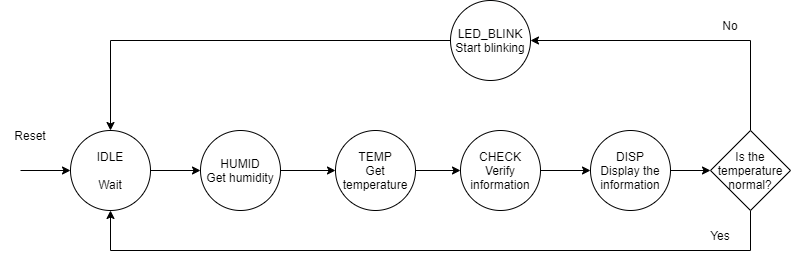
Earlier version of the draw.io export Labs/08-ics/eskema.png (UTAN25/Digital-electronics-2). Source tidied: cells renumbered, new cells last; positions are measured from the earlier drawing's top-left corner, leaving out a move shared by most shapes. Its diagram source:
```xml
<mxGraphModel>
  <root>
    <mxCell id="0" />
    <mxCell id="1" parent="0" />
    <mxCell id="2" style="edgeStyle=orthogonalEdgeStyle;rounded=0;jettySize=auto;html=1;" parent="1" edge="1" source="3" target="5">
      <mxGeometry relative="1" as="geometry" />
    </mxCell>
    <mxCell id="3" value="IDLE&lt;br&gt;&lt;br&gt;Wait" style="ellipse;whiteSpace=wrap;html=1;" parent="1" vertex="1">
      <mxGeometry x="70" y="130" width="80" height="80" as="geometry" />
    </mxCell>
    <mxCell id="4" style="edgeStyle=orthogonalEdgeStyle;rounded=0;jettySize=auto;html=1;" parent="1" edge="1" source="5" target="7">
      <mxGeometry relative="1" as="geometry" />
    </mxCell>
    <mxCell id="5" value="HUMID&lt;br&gt;Get humidity" style="ellipse;whiteSpace=wrap;html=1;" parent="1" vertex="1">
      <mxGeometry x="200" y="130" width="80" height="80" as="geometry" />
    </mxCell>
    <mxCell id="6" style="edgeStyle=orthogonalEdgeStyle;rounded=0;jettySize=auto;html=1;" parent="1" edge="1" source="7" target="9">
      <mxGeometry relative="1" as="geometry" />
    </mxCell>
    <mxCell id="7" value="TEMP&lt;br&gt;Get temperature" style="ellipse;whiteSpace=wrap;html=1;" parent="1" vertex="1">
      <mxGeometry x="335" y="130" width="80" height="80" as="geometry" />
    </mxCell>
    <mxCell id="8" style="edgeStyle=orthogonalEdgeStyle;rounded=0;jettySize=auto;html=1;" parent="1" edge="1" source="9" target="18">
      <mxGeometry relative="1" as="geometry" />
    </mxCell>
    <mxCell id="9" value="CHECK&lt;br&gt;Verify information" style="ellipse;whiteSpace=wrap;html=1;" parent="1" vertex="1">
      <mxGeometry x="460" y="130" width="80" height="80" as="geometry" />
    </mxCell>
    <mxCell id="10" style="edgeStyle=orthogonalEdgeStyle;rounded=0;jettySize=auto;html=1;exitX=0.5;exitY=0;exitDx=0;exitDy=0;entryX=1;entryY=0.5;entryDx=0;entryDy=0;" parent="1" edge="1" source="12" target="14">
      <mxGeometry relative="1" as="geometry" />
    </mxCell>
    <mxCell id="11" style="edgeStyle=orthogonalEdgeStyle;rounded=0;jettySize=auto;html=1;exitX=0.5;exitY=1;exitDx=0;exitDy=0;entryX=0.5;entryY=1;entryDx=0;entryDy=0;" parent="1" edge="1" source="12" target="3">
      <mxGeometry relative="1" as="geometry">
        <Array as="points">
          <mxPoint x="750" y="250" />
          <mxPoint x="110" y="250" />
        </Array>
      </mxGeometry>
    </mxCell>
    <mxCell id="12" value="Is the temperature normal?" style="rhombus;whiteSpace=wrap;html=1;" parent="1" vertex="1">
      <mxGeometry x="710" y="130" width="80" height="80" as="geometry" />
    </mxCell>
    <mxCell id="13" style="edgeStyle=orthogonalEdgeStyle;rounded=0;jettySize=auto;html=1;exitX=0;exitY=0.5;exitDx=0;exitDy=0;entryX=0.5;entryY=0;entryDx=0;entryDy=0;" parent="1" edge="1" source="14" target="3">
      <mxGeometry relative="1" as="geometry" />
    </mxCell>
    <mxCell id="14" value="LED_BLINK&lt;br&gt;Start blinking" style="ellipse;whiteSpace=wrap;html=1;" parent="1" vertex="1">
      <mxGeometry x="450" width="80" height="80" as="geometry" />
    </mxCell>
    <mxCell id="15" value="Yes" style="text;html=1;strokeColor=none;fillColor=none;align=center;verticalAlign=middle;whiteSpace=wrap;rounded=0;" parent="1" vertex="1">
      <mxGeometry x="690" y="220" width="60" height="30" as="geometry" />
    </mxCell>
    <mxCell id="16" value="No" style="text;html=1;strokeColor=none;fillColor=none;align=center;verticalAlign=middle;whiteSpace=wrap;rounded=0;" parent="1" vertex="1">
      <mxGeometry x="700" y="10" width="60" height="30" as="geometry" />
    </mxCell>
    <mxCell id="17" style="edgeStyle=orthogonalEdgeStyle;rounded=0;jettySize=auto;html=1;" parent="1" edge="1" source="18" target="12">
      <mxGeometry relative="1" as="geometry" />
    </mxCell>
    <mxCell id="18" value="DISP&lt;br&gt;Display the information" style="ellipse;whiteSpace=wrap;html=1;" parent="1" vertex="1">
      <mxGeometry x="590" y="130" width="80" height="80" as="geometry" />
    </mxCell>
    <mxCell id="19" style="endArrow=classic;html=1;rounded=0;entryX=0;entryY=0.5;entryDx=0;entryDy=0;" parent="1" edge="1" target="3">
      <mxGeometry relative="1" as="geometry">
        <mxPoint x="20" y="170" as="sourcePoint" />
      </mxGeometry>
    </mxCell>
    <mxCell id="20" value="Reset" style="text;html=1;strokeColor=none;fillColor=none;align=center;verticalAlign=middle;whiteSpace=wrap;rounded=0;" parent="1" vertex="1">
      <mxGeometry y="120" width="60" height="30" as="geometry" />
    </mxCell>
  </root>
</mxGraphModel>
```
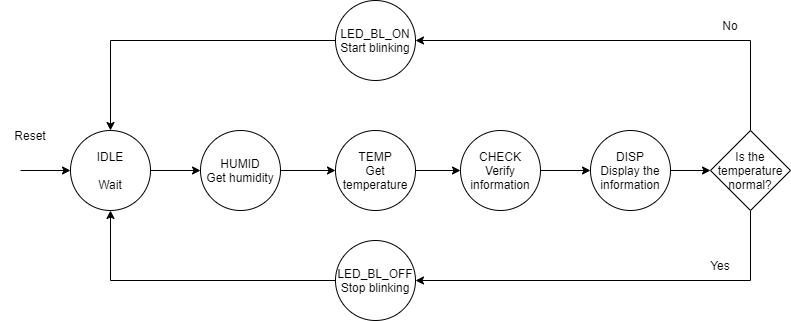
The same file after the commit.

Change to the diagram source:
```diff
@@ -29,25 +29,20 @@
     <mxCell id="10" style="edgeStyle=orthogonalEdgeStyle;rounded=0;jettySize=auto;html=1;exitX=0.5;exitY=0;exitDx=0;exitDy=0;entryX=1;entryY=0.5;entryDx=0;entryDy=0;" parent="1" edge="1" source="12" target="14">
       <mxGeometry relative="1" as="geometry" />
     </mxCell>
-    <mxCell id="11" style="edgeStyle=orthogonalEdgeStyle;rounded=0;jettySize=auto;html=1;exitX=0.5;exitY=1;exitDx=0;exitDy=0;entryX=0.5;entryY=1;entryDx=0;entryDy=0;" parent="1" edge="1" source="12" target="3">
-      <mxGeometry relative="1" as="geometry">
-        <Array as="points">
-          <mxPoint x="750" y="250" />
-          <mxPoint x="110" y="250" />
-        </Array>
-      </mxGeometry>
-    </mxCell>
+    <mxCell id="21" style="edgeStyle=orthogonalEdgeStyle;rounded=0;jettySize=auto;html=1;exitX=0.5;exitY=1;exitDx=0;exitDy=0;entryX=1;entryY=0.5;entryDx=0;entryDy=0;" parent="1" edge="1" source="12" target="23">
+      <mxGeometry relative="1" as="geometry" />
+    </mxCell>
     <mxCell id="12" value="Is the temperature normal?" style="rhombus;whiteSpace=wrap;html=1;" parent="1" vertex="1">
       <mxGeometry x="710" y="130" width="80" height="80" as="geometry" />
     </mxCell>
     <mxCell id="13" style="edgeStyle=orthogonalEdgeStyle;rounded=0;jettySize=auto;html=1;exitX=0;exitY=0.5;exitDx=0;exitDy=0;entryX=0.5;entryY=0;entryDx=0;entryDy=0;" parent="1" edge="1" source="14" target="3">
       <mxGeometry relative="1" as="geometry" />
     </mxCell>
-    <mxCell id="14" value="LED_BLINK&lt;br&gt;Start blinking" style="ellipse;whiteSpace=wrap;html=1;" parent="1" vertex="1">
-      <mxGeometry x="450" width="80" height="80" as="geometry" />
+    <mxCell id="14" value="LED_BL_ON&lt;br&gt;Start blinking" style="ellipse;whiteSpace=wrap;html=1;" parent="1" vertex="1">
+      <mxGeometry x="335" width="80" height="80" as="geometry" />
     </mxCell>
     <mxCell id="15" value="Yes" style="text;html=1;strokeColor=none;fillColor=none;align=center;verticalAlign=middle;whiteSpace=wrap;rounded=0;" parent="1" vertex="1">
-      <mxGeometry x="690" y="220" width="60" height="30" as="geometry" />
+      <mxGeometry x="690" y="250" width="60" height="30" as="geometry" />
     </mxCell>
     <mxCell id="16" value="No" style="text;html=1;strokeColor=none;fillColor=none;align=center;verticalAlign=middle;whiteSpace=wrap;rounded=0;" parent="1" vertex="1">
       <mxGeometry x="700" y="10" width="60" height="30" as="geometry" />
@@ -66,5 +61,11 @@
     <mxCell id="20" value="Reset" style="text;html=1;strokeColor=none;fillColor=none;align=center;verticalAlign=middle;whiteSpace=wrap;rounded=0;" parent="1" vertex="1">
       <mxGeometry y="120" width="60" height="30" as="geometry" />
     </mxCell>
+    <mxCell id="22" style="edgeStyle=orthogonalEdgeStyle;rounded=0;jettySize=auto;html=1;exitX=0;exitY=0.5;exitDx=0;exitDy=0;entryX=0.5;entryY=1;entryDx=0;entryDy=0;" parent="1" edge="1" source="23" target="3">
+      <mxGeometry relative="1" as="geometry" />
+    </mxCell>
+    <mxCell id="23" value="LED_BL_OFF&lt;br&gt;Stop blinking" style="ellipse;whiteSpace=wrap;html=1;" parent="1" vertex="1">
+      <mxGeometry x="335" y="240" width="80" height="80" as="geometry" />
+    </mxCell>
   </root>
 </mxGraphModel>
```
